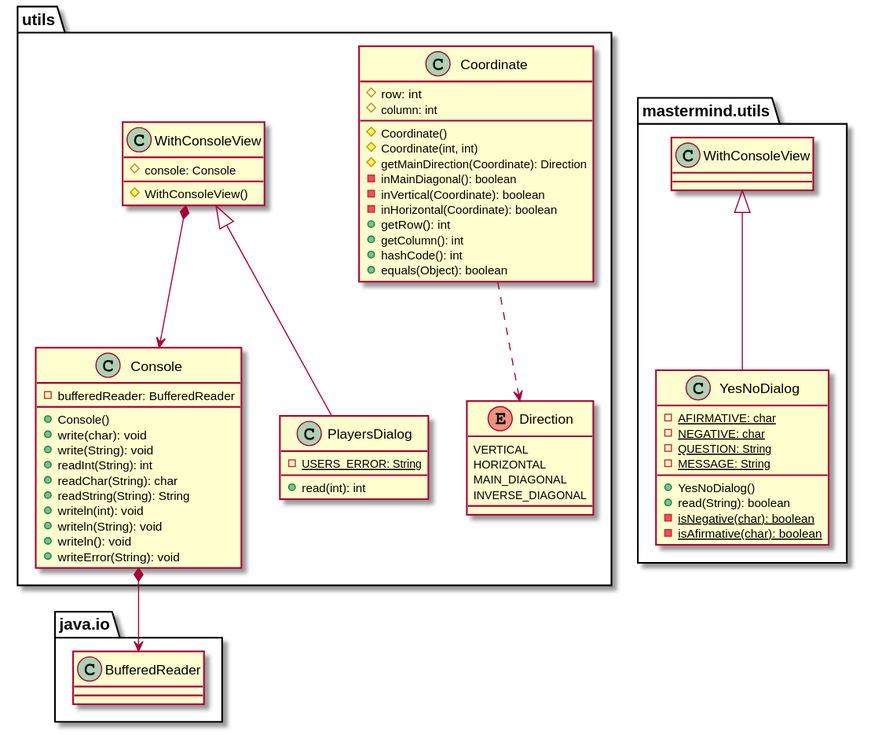
The PlantUML diagram documentView/withoutFactoryMethod/docs/diagrams/out/paquetes/tictactoe.utils.svg in Jolucaa/USantaTecla-project-ticTacToe, before a commit.
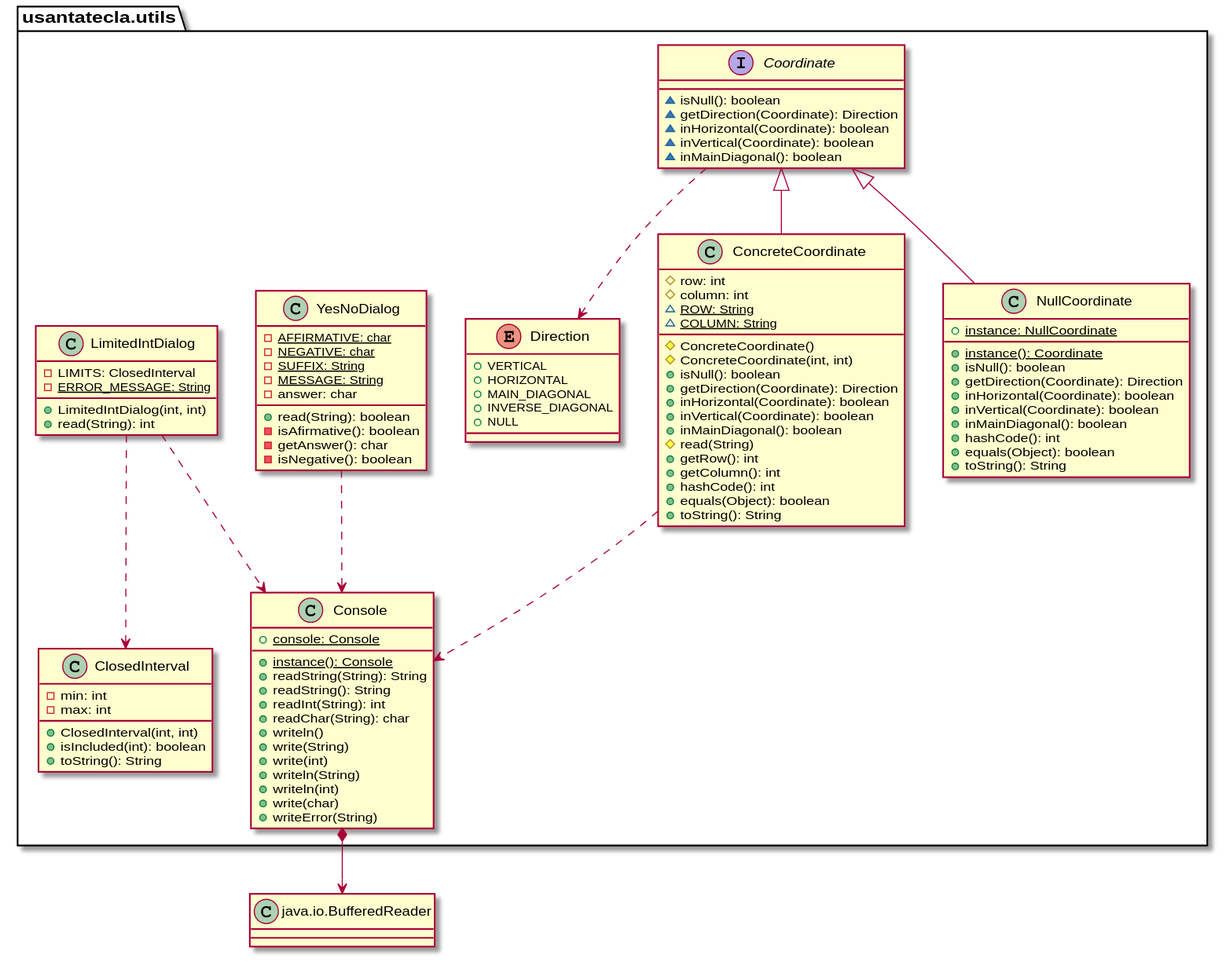
After the commit.

The edit, as a diff of the source:
```diff
@@ -1,65 +1,109 @@
 @startuml
+namespace usantatecla.utils {
 
-class  utils.Console{
-- bufferedReader: BufferedReader
-+ Console()
-+ write(char): void
-+ write(String): void
-+ readInt(String): int
-+ readChar(String): char
-+ readString(String): String
-+ writeln(int): void
-+ writeln(String): void
-+ writeln(): void
-+ writeError(String): void
-}
-utils.Console *-down-> java.io.BufferedReader
-
-class  utils.Coordinate{
-# row: int
-# column: int
-# Coordinate()
-# Coordinate(int, int)
-# getMainDirection(Coordinate): Direction
-- inMainDiagonal(): boolean
-- inVertical(Coordinate): boolean
-- inHorizontal(Coordinate): boolean
-+ getRow(): int
-+ getColumn(): int
-+ hashCode(): int
-+ equals(Object): boolean
-}
-utils.Coordinate ..> utils.Direction
-
-enum  utils.Direction{
-  VERTICAL
-  HORIZONTAL
-  MAIN_DIAGONAL
-  INVERSE_DIAGONAL
+interface Coordinate {
+	~ isNull(): boolean
+	~ getDirection(Coordinate): Direction
+	~ inHorizontal(Coordinate): boolean
+	~ inVertical(Coordinate): boolean
+	~ inMainDiagonal(): boolean
 }
 
-class  utils.PlayersDialog{
-- {static} USERS_ERROR: String
-+ read(int): int
+class ConcreteCoordinate {
+	# row: int
+	# column: int
+	~ ROW: {static} String
+	~ COLUMN: {static} String
+	# ConcreteCoordinate()
+	# ConcreteCoordinate(int, int)
+	+ isNull(): boolean
+	+ getDirection(Coordinate): Direction
+	+ inHorizontal(Coordinate): boolean
+	+ inVertical(Coordinate): boolean
+	+ inMainDiagonal(): boolean
+	# read(String)
+	+ getRow(): int
+	+ getColumn(): int
+	+ hashCode(): int
+	+ equals(Object): boolean
+	+ toString(): String
 }
-utils.WithConsoleView <|-down- utils.PlayersDialog
+class NullCoordinate {
+	+ instance: {static} NullCoordinate
+	+ {static} instance(): Coordinate
+	+ isNull(): boolean
+	+ getDirection(Coordinate): Direction
+	+ inHorizontal(Coordinate): boolean
+	+ inVertical(Coordinate): boolean
+	+ inMainDiagonal(): boolean
+	+ hashCode(): int
+	+ equals(Object): boolean
+	+ toString(): String
+}
 
-class  utils.WithConsoleView{
-# console: Console
-# WithConsoleView()
+enum Direction {
+	+ VERTICAL
+	+ HORIZONTAL
+	+ MAIN_DIAGONAL
+	+ INVERSE_DIAGONAL
+	+ NULL
 }
-utils.WithConsoleView *-down-> utils.Console
 
-class  mastermind.utils.YesNoDialog{
-- {static} AFIRMATIVE: char
-- {static} NEGATIVE: char
-- {static} QUESTION: String
-- {static} MESSAGE: String
-+ YesNoDialog()
-+ read(String): boolean
-- {static} isNegative(char): boolean
-- {static} isAfirmative(char): boolean
+class Console {
+	+ console: {static} Console
+	+ instance(): {static} Console
+	+ readString(String): String
+	+ readString(): String
+	+ readInt(String): int
+	+ readChar(String): char
+	+ writeln()
+	+ write(String)
+	+ write(int)
+	+ writeln(String)
+	+ writeln(int)
+	+ write(char)
+	+ writeError(String)
 }
-mastermind.utils.WithConsoleView <|-down- mastermind.utils.YesNoDialog
 
+class ClosedInterval {
+	- min: int
+	- max: int
+	+ ClosedInterval(int, int)
+	+ isIncluded(int): boolean
+	+ toString(): String
+}
+
+class YesNoDialog {
+	- AFFIRMATIVE: {static} char
+	- NEGATIVE: {static} char
+	- SUFFIX: {static} String
+	- MESSAGE: {static} String
+	- answer: char
+	+ read(String): boolean
+	- isAfirmative(): boolean
+	- getAnswer(): char
+	- isNegative(): boolean
+}
+
+class LimitedIntDialog {
+	- LIMITS: ClosedInterval
+	- ERROR_MESSAGE: {static} String
+	+ LimitedIntDialog(int, int)
+	+ read(String): int
+}
+
+
+
+Coordinate <|-down- ConcreteCoordinate
+Coordinate <|-down- NullCoordinate
+Coordinate .down.> Direction
+ConcreteCoordinate .down.> Console
+LimitedIntDialog .down.> Console
+YesNoDialog .down.> Console
+LimitedIntDialog .down.> ClosedInterval
+}
+class BufferedReader as "java.io.BufferedReader"{
+
+}
+usantatecla.utils.Console *-down-> BufferedReader
 @enduml
```
